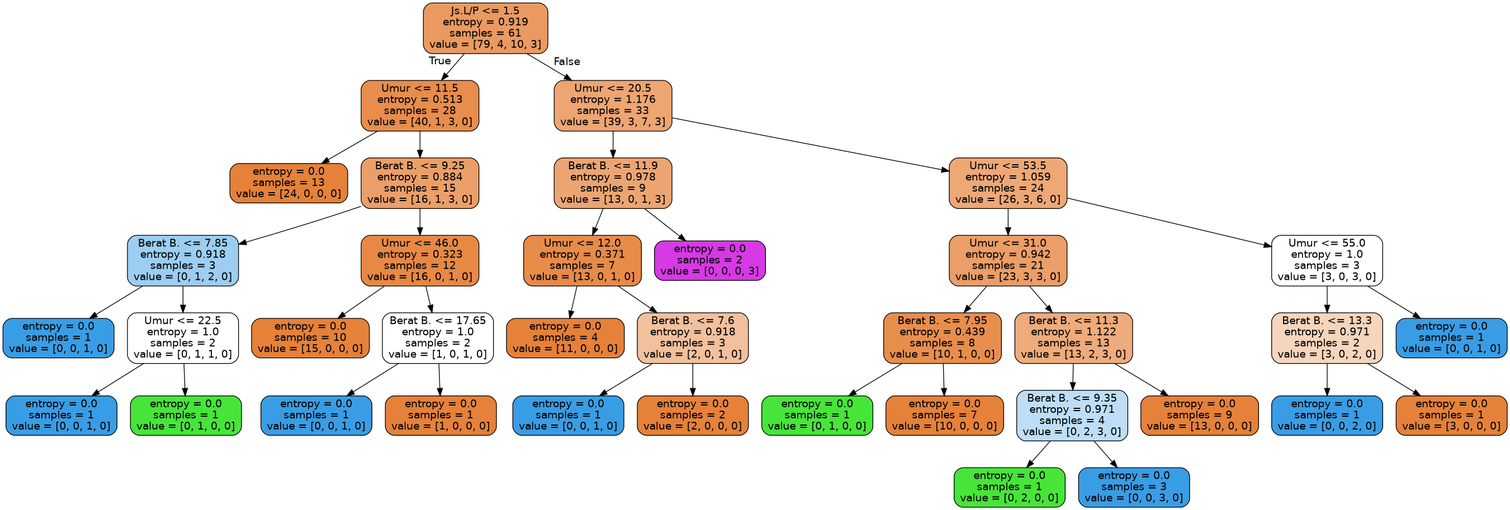
This is tree.png from JohanKesuma/AlatUjiRandomForest, a Graphviz export, as it was before one commit. Its source is kept beside it as tree.dot.
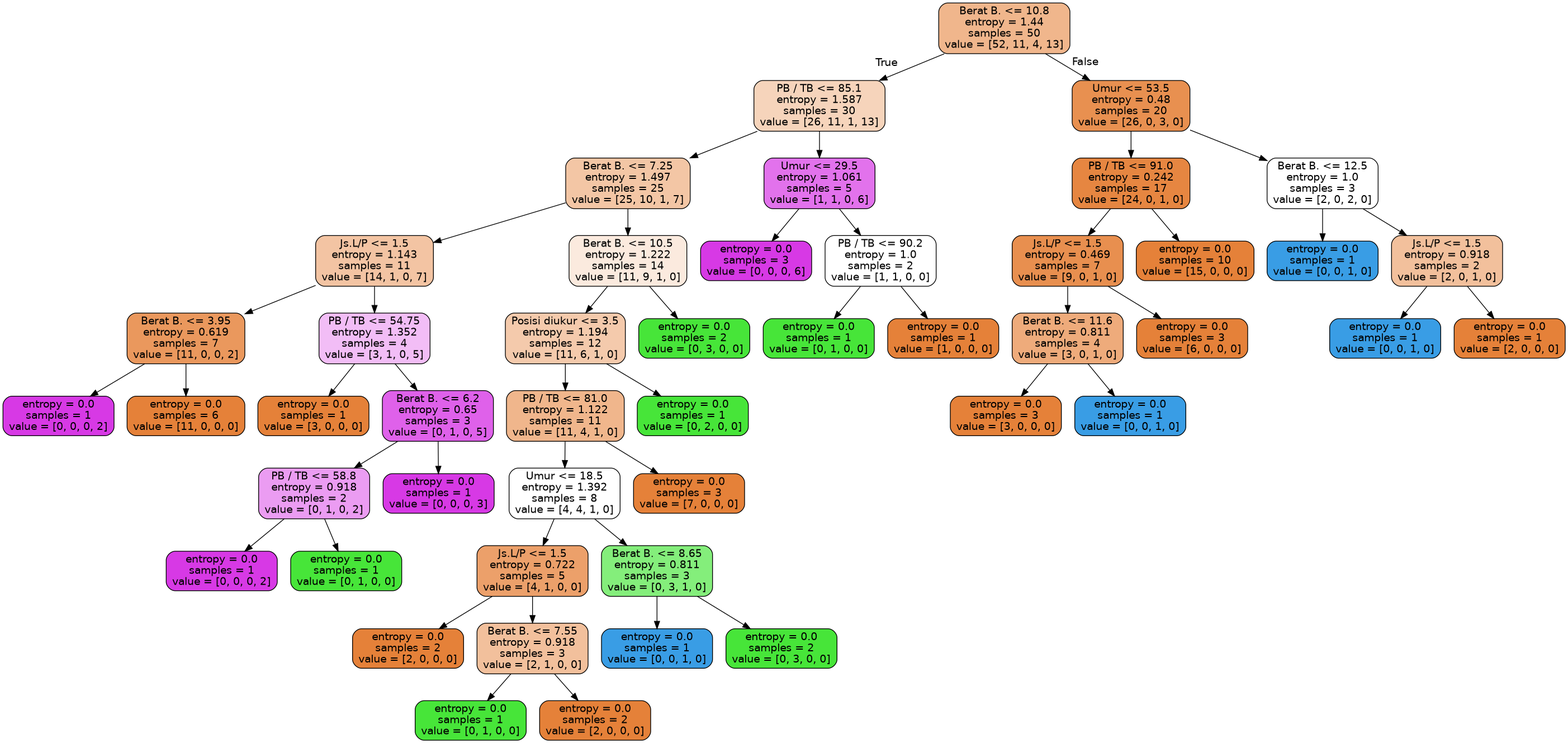
The same file after the commit.

What changed in the source:
```diff
@@ -1,77 +1,97 @@
 digraph Tree {
 node [shape=box, style="filled, rounded", color="black", fontname=helvetica] ;
 edge [fontname=helvetica] ;
-0 [label="Js.L/P <= 1.5\nentropy = 0.919\nsamples = 61\nvalue = [79, 4, 10, 3]", fillcolor="#ea9a60"] ;
-1 [label="Umur <= 11.5\nentropy = 0.513\nsamples = 28\nvalue = [40, 1, 3, 0]", fillcolor="#e88d4c"] ;
+0 [label="Berat B. <= 10.8\nentropy = 1.44\nsamples = 50\nvalue = [52, 11, 4, 13]", fillcolor="#f0b68c"] ;
+1 [label="PB / TB <= 85.1\nentropy = 1.587\nsamples = 30\nvalue = [26, 11, 1, 13]", fillcolor="#f6d4bb"] ;
 0 -> 1 [labeldistance=2.5, labelangle=45, headlabel="True"] ;
-2 [label="entropy = 0.0\nsamples = 13\nvalue = [24, 0, 0, 0]", fillcolor="#e58139"] ;
+2 [label="Berat B. <= 7.25\nentropy = 1.497\nsamples = 25\nvalue = [25, 10, 1, 7]", fillcolor="#f3c6a5"] ;
 1 -> 2 ;
-3 [label="Berat B. <= 9.25\nentropy = 0.884\nsamples = 15\nvalue = [16, 1, 3, 0]", fillcolor="#eb9f68"] ;
-1 -> 3 ;
-4 [label="Berat B. <= 7.85\nentropy = 0.918\nsamples = 3\nvalue = [0, 1, 2, 0]", fillcolor="#9ccef2"] ;
+3 [label="Js.L/P <= 1.5\nentropy = 1.143\nsamples = 11\nvalue = [14, 1, 0, 7]", fillcolor="#f3c4a3"] ;
+2 -> 3 ;
+4 [label="Berat B. <= 3.95\nentropy = 0.619\nsamples = 7\nvalue = [11, 0, 0, 2]", fillcolor="#ea985d"] ;
 3 -> 4 ;
-5 [label="entropy = 0.0\nsamples = 1\nvalue = [0, 0, 1, 0]", fillcolor="#399de5"] ;
+5 [label="entropy = 0.0\nsamples = 1\nvalue = [0, 0, 0, 2]", fillcolor="#d739e5"] ;
 4 -> 5 ;
-6 [label="Umur <= 22.5\nentropy = 1.0\nsamples = 2\nvalue = [0, 1, 1, 0]", fillcolor="#ffffff"] ;
+6 [label="entropy = 0.0\nsamples = 6\nvalue = [11, 0, 0, 0]", fillcolor="#e58139"] ;
 4 -> 6 ;
-7 [label="entropy = 0.0\nsamples = 1\nvalue = [0, 0, 1, 0]", fillcolor="#399de5"] ;
-6 -> 7 ;
-8 [label="entropy = 0.0\nsamples = 1\nvalue = [0, 1, 0, 0]", fillcolor="#47e539"] ;
-6 -> 8 ;
-9 [label="Umur <= 46.0\nentropy = 0.323\nsamples = 12\nvalue = [16, 0, 1, 0]", fillcolor="#e78945"] ;
-3 -> 9 ;
-10 [label="entropy = 0.0\nsamples = 10\nvalue = [15, 0, 0, 0]", fillcolor="#e58139"] ;
+7 [label="PB / TB <= 54.75\nentropy = 1.352\nsamples = 4\nvalue = [3, 1, 0, 5]", fillcolor="#f2bdf6"] ;
+3 -> 7 ;
+8 [label="entropy = 0.0\nsamples = 1\nvalue = [3, 0, 0, 0]", fillcolor="#e58139"] ;
+7 -> 8 ;
+9 [label="Berat B. <= 6.2\nentropy = 0.65\nsamples = 3\nvalue = [0, 1, 0, 5]", fillcolor="#df61ea"] ;
+7 -> 9 ;
+10 [label="PB / TB <= 58.8\nentropy = 0.918\nsamples = 2\nvalue = [0, 1, 0, 2]", fillcolor="#eb9cf2"] ;
 9 -> 10 ;
-11 [label="Berat B. <= 17.65\nentropy = 1.0\nsamples = 2\nvalue = [1, 0, 1, 0]", fillcolor="#ffffff"] ;
-9 -> 11 ;
-12 [label="entropy = 0.0\nsamples = 1\nvalue = [0, 0, 1, 0]", fillcolor="#399de5"] ;
-11 -> 12 ;
-13 [label="entropy = 0.0\nsamples = 1\nvalue = [1, 0, 0, 0]", fillcolor="#e58139"] ;
-11 -> 13 ;
-14 [label="Umur <= 20.5\nentropy = 1.176\nsamples = 33\nvalue = [39, 3, 7, 3]", fillcolor="#eda572"] ;
-0 -> 14 [labeldistance=2.5, labelangle=-45, headlabel="False"] ;
-15 [label="Berat B. <= 11.9\nentropy = 0.978\nsamples = 9\nvalue = [13, 0, 1, 3]", fillcolor="#eca572"] ;
+11 [label="entropy = 0.0\nsamples = 1\nvalue = [0, 0, 0, 2]", fillcolor="#d739e5"] ;
+10 -> 11 ;
+12 [label="entropy = 0.0\nsamples = 1\nvalue = [0, 1, 0, 0]", fillcolor="#47e539"] ;
+10 -> 12 ;
+13 [label="entropy = 0.0\nsamples = 1\nvalue = [0, 0, 0, 3]", fillcolor="#d739e5"] ;
+9 -> 13 ;
+14 [label="Berat B. <= 10.5\nentropy = 1.222\nsamples = 14\nvalue = [11, 9, 1, 0]", fillcolor="#fbeade"] ;
+2 -> 14 ;
+15 [label="Posisi diukur <= 3.5\nentropy = 1.194\nsamples = 12\nvalue = [11, 6, 1, 0]", fillcolor="#f4caac"] ;
 14 -> 15 ;
-16 [label="Umur <= 12.0\nentropy = 0.371\nsamples = 7\nvalue = [13, 0, 1, 0]", fillcolor="#e78b48"] ;
+16 [label="PB / TB <= 81.0\nentropy = 1.122\nsamples = 11\nvalue = [11, 4, 1, 0]", fillcolor="#f0b68c"] ;
 15 -> 16 ;
-17 [label="entropy = 0.0\nsamples = 4\nvalue = [11, 0, 0, 0]", fillcolor="#e58139"] ;
+17 [label="Umur <= 18.5\nentropy = 1.392\nsamples = 8\nvalue = [4, 4, 1, 0]", fillcolor="#ffffff"] ;
 16 -> 17 ;
-18 [label="Berat B. <= 7.6\nentropy = 0.918\nsamples = 3\nvalue = [2, 0, 1, 0]", fillcolor="#f2c09c"] ;
-16 -> 18 ;
-19 [label="entropy = 0.0\nsamples = 1\nvalue = [0, 0, 1, 0]", fillcolor="#399de5"] ;
+18 [label="Js.L/P <= 1.5\nentropy = 0.722\nsamples = 5\nvalue = [4, 1, 0, 0]", fillcolor="#eca06a"] ;
+17 -> 18 ;
+19 [label="entropy = 0.0\nsamples = 2\nvalue = [2, 0, 0, 0]", fillcolor="#e58139"] ;
 18 -> 19 ;
-20 [label="entropy = 0.0\nsamples = 2\nvalue = [2, 0, 0, 0]", fillcolor="#e58139"] ;
+20 [label="Berat B. <= 7.55\nentropy = 0.918\nsamples = 3\nvalue = [2, 1, 0, 0]", fillcolor="#f2c09c"] ;
 18 -> 20 ;
-21 [label="entropy = 0.0\nsamples = 2\nvalue = [0, 0, 0, 3]", fillcolor="#d739e5"] ;
-15 -> 21 ;
-22 [label="Umur <= 53.5\nentropy = 1.059\nsamples = 24\nvalue = [26, 3, 6, 0]", fillcolor="#eda876"] ;
-14 -> 22 ;
-23 [label="Umur <= 31.0\nentropy = 0.942\nsamples = 21\nvalue = [23, 3, 3, 0]", fillcolor="#eb9e67"] ;
-22 -> 23 ;
-24 [label="Berat B. <= 7.95\nentropy = 0.439\nsamples = 8\nvalue = [10, 1, 0, 0]", fillcolor="#e88e4d"] ;
+21 [label="entropy = 0.0\nsamples = 1\nvalue = [0, 1, 0, 0]", fillcolor="#47e539"] ;
+20 -> 21 ;
+22 [label="entropy = 0.0\nsamples = 2\nvalue = [2, 0, 0, 0]", fillcolor="#e58139"] ;
+20 -> 22 ;
+23 [label="Berat B. <= 8.65\nentropy = 0.811\nsamples = 3\nvalue = [0, 3, 1, 0]", fillcolor="#84ee7b"] ;
+17 -> 23 ;
+24 [label="entropy = 0.0\nsamples = 1\nvalue = [0, 0, 1, 0]", fillcolor="#399de5"] ;
 23 -> 24 ;
-25 [label="entropy = 0.0\nsamples = 1\nvalue = [0, 1, 0, 0]", fillcolor="#47e539"] ;
-24 -> 25 ;
-26 [label="entropy = 0.0\nsamples = 7\nvalue = [10, 0, 0, 0]", fillcolor="#e58139"] ;
-24 -> 26 ;
-27 [label="Berat B. <= 11.3\nentropy = 1.122\nsamples = 13\nvalue = [13, 2, 3, 0]", fillcolor="#eeab7b"] ;
-23 -> 27 ;
-28 [label="Berat B. <= 9.35\nentropy = 0.971\nsamples = 4\nvalue = [0, 2, 3, 0]", fillcolor="#bddef6"] ;
-27 -> 28 ;
-29 [label="entropy = 0.0\nsamples = 1\nvalue = [0, 2, 0, 0]", fillcolor="#47e539"] ;
-28 -> 29 ;
-30 [label="entropy = 0.0\nsamples = 3\nvalue = [0, 0, 3, 0]", fillcolor="#399de5"] ;
-28 -> 30 ;
-31 [label="entropy = 0.0\nsamples = 9\nvalue = [13, 0, 0, 0]", fillcolor="#e58139"] ;
-27 -> 31 ;
-32 [label="Umur <= 55.0\nentropy = 1.0\nsamples = 3\nvalue = [3, 0, 3, 0]", fillcolor="#ffffff"] ;
-22 -> 32 ;
-33 [label="Berat B. <= 13.3\nentropy = 0.971\nsamples = 2\nvalue = [3, 0, 2, 0]", fillcolor="#f6d5bd"] ;
-32 -> 33 ;
-34 [label="entropy = 0.0\nsamples = 1\nvalue = [0, 0, 2, 0]", fillcolor="#399de5"] ;
-33 -> 34 ;
-35 [label="entropy = 0.0\nsamples = 1\nvalue = [3, 0, 0, 0]", fillcolor="#e58139"] ;
-33 -> 35 ;
-36 [label="entropy = 0.0\nsamples = 1\nvalue = [0, 0, 1, 0]", fillcolor="#399de5"] ;
-32 -> 36 ;
+25 [label="entropy = 0.0\nsamples = 2\nvalue = [0, 3, 0, 0]", fillcolor="#47e539"] ;
+23 -> 25 ;
+26 [label="entropy = 0.0\nsamples = 3\nvalue = [7, 0, 0, 0]", fillcolor="#e58139"] ;
+16 -> 26 ;
+27 [label="entropy = 0.0\nsamples = 1\nvalue = [0, 2, 0, 0]", fillcolor="#47e539"] ;
+15 -> 27 ;
+28 [label="entropy = 0.0\nsamples = 2\nvalue = [0, 3, 0, 0]", fillcolor="#47e539"] ;
+14 -> 28 ;
+29 [label="Umur <= 29.5\nentropy = 1.061\nsamples = 5\nvalue = [1, 1, 0, 6]", fillcolor="#e272ec"] ;
+1 -> 29 ;
+30 [label="entropy = 0.0\nsamples = 3\nvalue = [0, 0, 0, 6]", fillcolor="#d739e5"] ;
+29 -> 30 ;
+31 [label="PB / TB <= 90.2\nentropy = 1.0\nsamples = 2\nvalue = [1, 1, 0, 0]", fillcolor="#ffffff"] ;
+29 -> 31 ;
+32 [label="entropy = 0.0\nsamples = 1\nvalue = [0, 1, 0, 0]", fillcolor="#47e539"] ;
+31 -> 32 ;
+33 [label="entropy = 0.0\nsamples = 1\nvalue = [1, 0, 0, 0]", fillcolor="#e58139"] ;
+31 -> 33 ;
+34 [label="Umur <= 53.5\nentropy = 0.48\nsamples = 20\nvalue = [26, 0, 3, 0]", fillcolor="#e89050"] ;
+0 -> 34 [labeldistance=2.5, labelangle=-45, headlabel="False"] ;
+35 [label="PB / TB <= 91.0\nentropy = 0.242\nsamples = 17\nvalue = [24, 0, 1, 0]", fillcolor="#e68641"] ;
+34 -> 35 ;
+36 [label="Js.L/P <= 1.5\nentropy = 0.469\nsamples = 7\nvalue = [9, 0, 1, 0]", fillcolor="#e88f4f"] ;
+35 -> 36 ;
+37 [label="Berat B. <= 11.6\nentropy = 0.811\nsamples = 4\nvalue = [3, 0, 1, 0]", fillcolor="#eeab7b"] ;
+36 -> 37 ;
+38 [label="entropy = 0.0\nsamples = 3\nvalue = [3, 0, 0, 0]", fillcolor="#e58139"] ;
+37 -> 38 ;
+39 [label="entropy = 0.0\nsamples = 1\nvalue = [0, 0, 1, 0]", fillcolor="#399de5"] ;
+37 -> 39 ;
+40 [label="entropy = 0.0\nsamples = 3\nvalue = [6, 0, 0, 0]", fillcolor="#e58139"] ;
+36 -> 40 ;
+41 [label="entropy = 0.0\nsamples = 10\nvalue = [15, 0, 0, 0]", fillcolor="#e58139"] ;
+35 -> 41 ;
+42 [label="Berat B. <= 12.5\nentropy = 1.0\nsamples = 3\nvalue = [2, 0, 2, 0]", fillcolor="#ffffff"] ;
+34 -> 42 ;
+43 [label="entropy = 0.0\nsamples = 1\nvalue = [0, 0, 1, 0]", fillcolor="#399de5"] ;
+42 -> 43 ;
+44 [label="Js.L/P <= 1.5\nentropy = 0.918\nsamples = 2\nvalue = [2, 0, 1, 0]", fillcolor="#f2c09c"] ;
+42 -> 44 ;
+45 [label="entropy = 0.0\nsamples = 1\nvalue = [0, 0, 1, 0]", fillcolor="#399de5"] ;
+44 -> 45 ;
+46 [label="entropy = 0.0\nsamples = 1\nvalue = [2, 0, 0, 0]", fillcolor="#e58139"] ;
+44 -> 46 ;
 }
```
